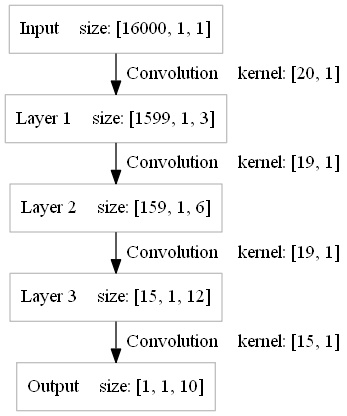
Above: examples/speech_commands/files/model.png in ttslr/niy (Graphviz), before the change. Its source is kept beside it as examples/speech_commands/files/model.gv. Its diagram source:
```dot
digraph nn{

edge[
	_color = pink
	nodesep = 0.005
	ranksep = 0.005
	weight = 0.005
	height = 0.005
]
node[
	shape = rectangle
	color = gray
	_style = filled
	_width = 0.1
	_height = 0.1
	label = ""
	nodesep = 0.005
	ranksep = 0.005
]
graph[
	nodesep = 0.005
	ranksep = 0.005
	_rankdir = LR
]

Input [label="Input    size: [16000, 1, 1]"]
Layer1 [label="Layer 1    size: [1599, 1, 3]"]
Layer2 [label="Layer 2    size: [159, 1, 6]"]
Layer3 [label="Layer 3    size: [15, 1, 12]"]
Output [label="Output    size: [1, 1, 10]"]

Input->Layer1 [label="  Convolution    kernel: [20, 1]"]
Layer1->Layer2 [label="  Convolution    kernel: [19, 1]"]
Layer2->Layer3 [label="  Convolution    kernel: [19, 1]"]
Layer3->Output [label="  Convolution    kernel: [15, 1]"]
}
```
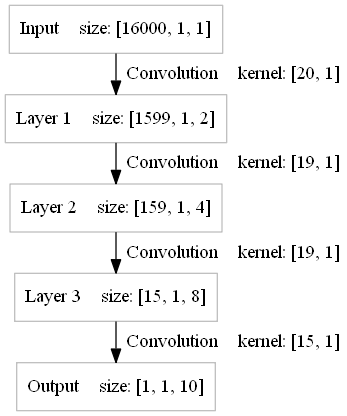
After the commit.

What changed in the source:
```diff
@@ -24,9 +24,9 @@
 ]
 
 Input [label="Input    size: [16000, 1, 1]"]
-Layer1 [label="Layer 1    size: [1599, 1, 3]"]
-Layer2 [label="Layer 2    size: [159, 1, 6]"]
-Layer3 [label="Layer 3    size: [15, 1, 12]"]
+Layer1 [label="Layer 1    size: [1599, 1, 2]"]
+Layer2 [label="Layer 2    size: [159, 1, 4]"]
+Layer3 [label="Layer 3    size: [15, 1, 8]"]
 Output [label="Output    size: [1, 1, 10]"]
 
 Input->Layer1 [label="  Convolution    kernel: [20, 1]"]
```
